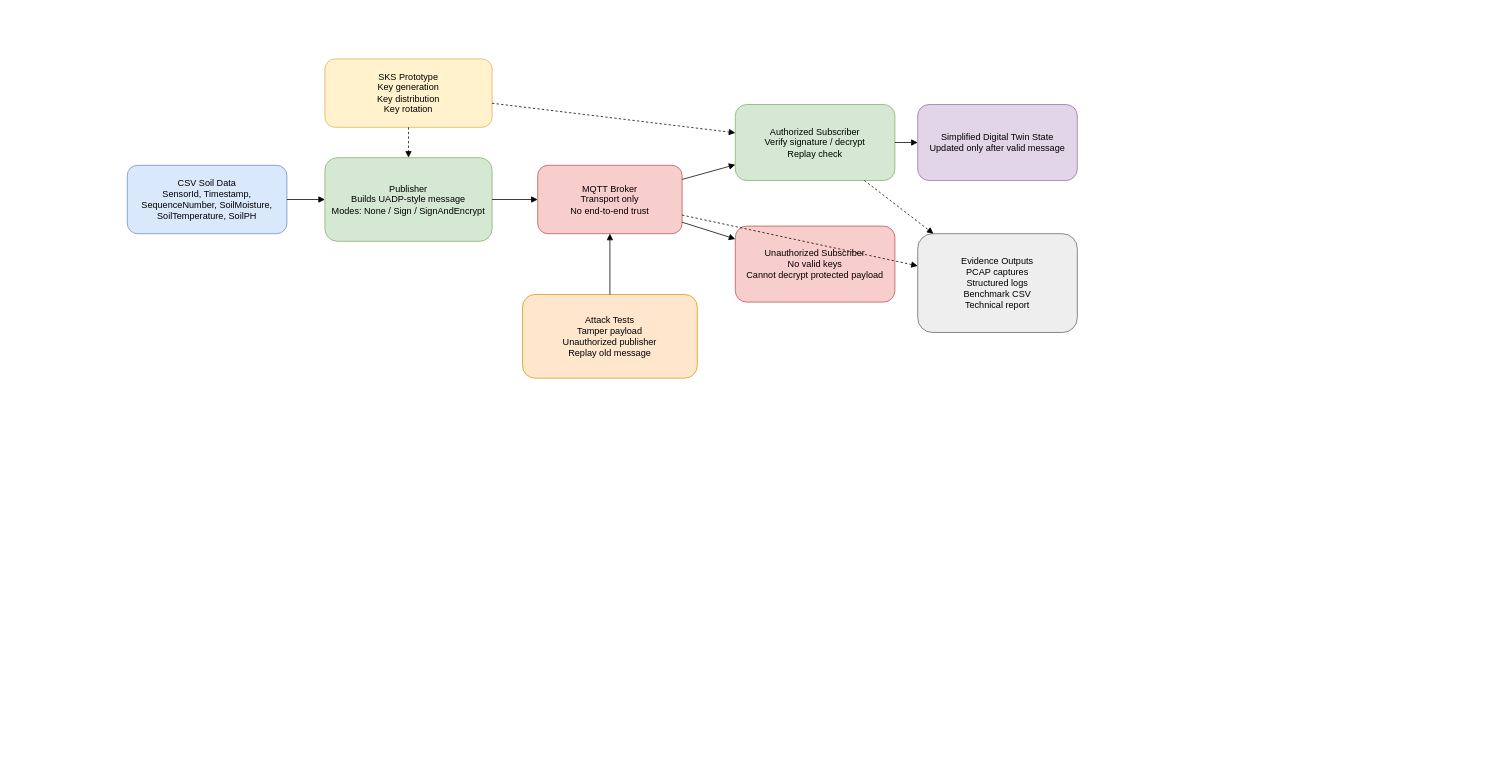
This is docs/architecture.drawio from Khalid681/agrodt-pubsub-security2, a draw.io file, before an edit. Source tidied: cells renumbered, new cells numbered last; positions are measured from the earlier drawing's top-left corner, leaving out a move shared by most shapes. Both pictures are drawn from the tidied source at 76%, with x=0, y=0 at pixel (127, 59).
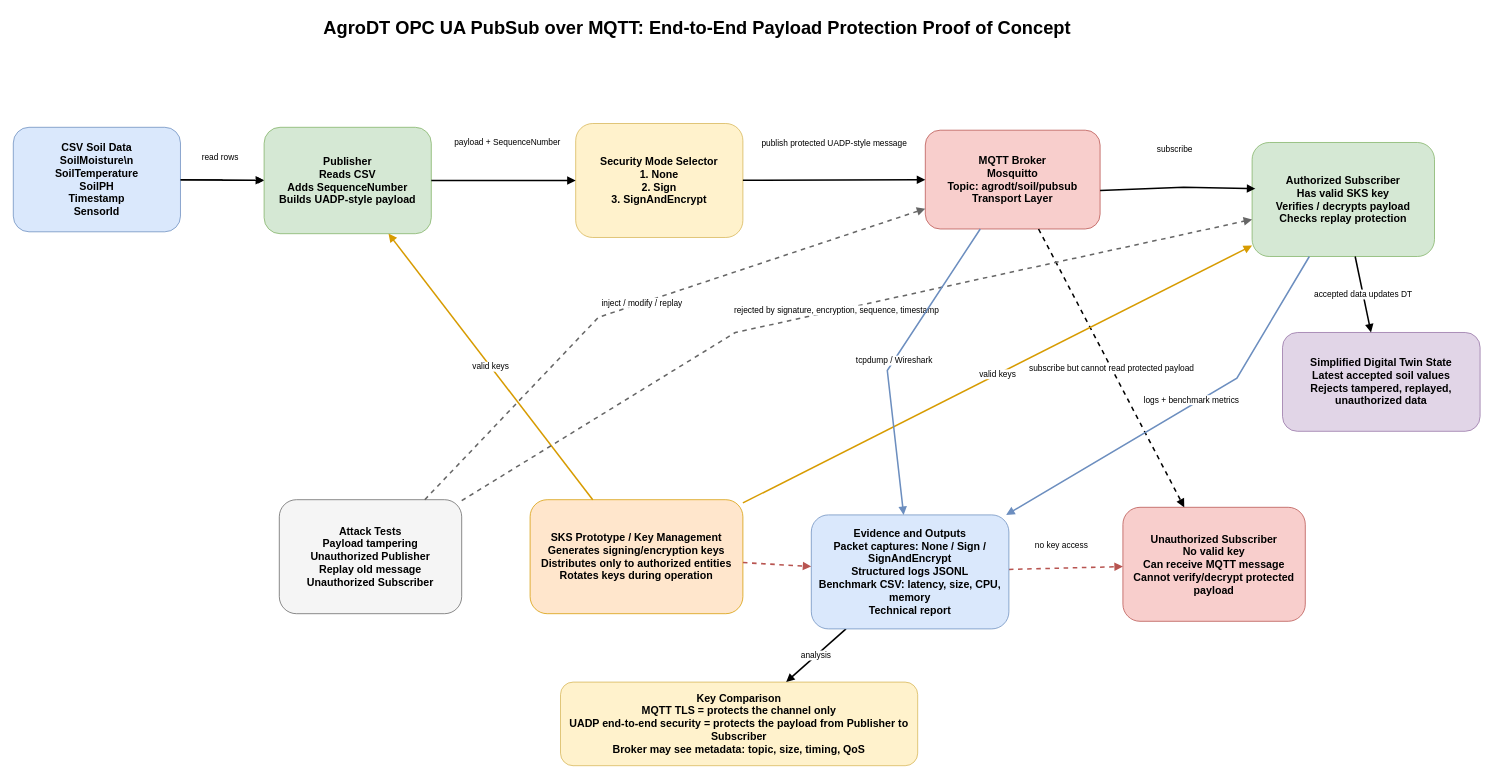
Above is the later version.

Commit message:
Update architecture diagram

Diff of the diagram source:
```diff
@@
+    <mxCell id="21" value="AgroDT OPC UA PubSub over MQTT: End-to-End Payload Protection Proof of Concept" style="text;html=1;fontSize=24;fontStyle=1;strokeColor=none;fillColor=none;align=center;verticalAlign=middle;whiteSpace=wrap;rounded=0;" parent="1" vertex="1">
+      <mxGeometry x="130" y="-60" width="1240" height="40" as="geometry" />
+    </mxCell>
+    <mxCell id="22" style="edgeStyle=orthogonalEdgeStyle;rounded=0;jettySize=auto;html=1;" parent="1" edge="1" source="2" target="23">
+      <mxGeometry relative="1" as="geometry" />
+    </mxCell>
-    <mxCell id="2" value="CSV Soil Data&#10;SensorId, Timestamp, SequenceNumber, SoilMoisture, SoilTemperature, SoilPH" style="rounded=1;whiteSpace=wrap;html=1;fillColor=#dae8fc;strokeColor=#6c8ebf;" parent="1" vertex="1">
-      <mxGeometry y="140" width="210" height="90" as="geometry" />
+    <mxCell id="2" value="CSV Soil Data&lt;br&gt;SoilMoisture\n&lt;br&gt;SoilTemperature&lt;br&gt;SoilPH&lt;br&gt;Timestamp&lt;br&gt;SensorId" style="rounded=1;whiteSpace=wrap;html=1;fillColor=#dae8fc;strokeColor=#6c8ebf;fontSize=14;fontStyle=1;" parent="1" vertex="1">
+      <mxGeometry x="-150" y="90" width="220" height="137.5" as="geometry" />
     </mxCell>
-    <mxCell id="3" value="Publisher&#10;Builds UADP-style message&#10;Modes: None / Sign / SignAndEncrypt" style="rounded=1;whiteSpace=wrap;html=1;fillColor=#d5e8d4;strokeColor=#82b366;" parent="1" vertex="1">
-      <mxGeometry x="260" y="130" width="220" height="110" as="geometry" />
-    </mxCell>
+    <mxCell id="23" value="Publisher&lt;br&gt;Reads CSV&lt;br&gt;Adds SequenceNumber&lt;br&gt;Builds UADP-style payload" style="rounded=1;whiteSpace=wrap;html=1;fillColor=#d5e8d4;strokeColor=#82b366;fontSize=14;fontStyle=1;" parent="1" vertex="1">
+      <mxGeometry x="180" y="90" width="220" height="140" as="geometry" />
+    </mxCell>
+    <mxCell id="24" value="Security Mode Selector&lt;br&gt;1. None&lt;br&gt;2. Sign&lt;br&gt;3. SignAndEncrypt" style="rounded=1;whiteSpace=wrap;html=1;fillColor=#fff2cc;strokeColor=#d6b656;fontSize=14;fontStyle=1;" parent="1" vertex="1">
+      <mxGeometry x="590" y="85" width="220" height="150" as="geometry" />
+    </mxCell>
+    <mxCell id="25" value="MQTT Broker&lt;br&gt;Mosquitto&lt;br&gt;Topic: agrodt/soil/pubsub&lt;br&gt;Transport Layer" style="rounded=1;whiteSpace=wrap;html=1;fillColor=#f8cecc;strokeColor=#b85450;fontSize=14;fontStyle=1;" parent="1" vertex="1">
+      <mxGeometry x="1050" y="93.8" width="230" height="130" as="geometry" />
+    </mxCell>
+    <mxCell id="26" value="Authorized Subscriber&lt;br&gt;Has valid SKS key&lt;br&gt;Verifies / decrypts payload&lt;br&gt;Checks replay protection" style="rounded=1;whiteSpace=wrap;html=1;fillColor=#d5e8d4;strokeColor=#82b366;fontSize=14;fontStyle=1;" parent="1" vertex="1">
+      <mxGeometry x="1480" y="110" width="240" height="150" as="geometry" />
+    </mxCell>
+    <mxCell id="27" value="Unauthorized Subscriber&lt;br&gt;No valid key&lt;br&gt;Can receive MQTT message&lt;br&gt;Cannot verify/decrypt protected payload" style="rounded=1;whiteSpace=wrap;html=1;fillColor=#f8cecc;strokeColor=#b85450;fontSize=14;fontStyle=1;" parent="1" vertex="1">
+      <mxGeometry x="1310" y="590" width="240" height="150" as="geometry" />
+    </mxCell>
+    <mxCell id="8" value="Simplified Digital Twin State&lt;br&gt;Latest accepted soil values&lt;br&gt;Rejects tampered, replayed, unauthorized data" style="rounded=1;whiteSpace=wrap;html=1;fillColor=#e1d5e7;strokeColor=#9673a6;fontSize=14;fontStyle=1;" parent="1" vertex="1">
+      <mxGeometry x="1520" y="360" width="260" height="130" as="geometry" />
+    </mxCell>
-    <mxCell id="4" value="SKS Prototype&#10;Key generation&#10;Key distribution&#10;Key rotation" style="rounded=1;whiteSpace=wrap;html=1;fillColor=#fff2cc;strokeColor=#d6b656;" parent="1" vertex="1">
-      <mxGeometry x="260" width="220" height="90" as="geometry" />
+    <mxCell id="4" value="SKS Prototype / Key Management&lt;br&gt;Generates signing/encryption keys&lt;br&gt;Distributes only to authorized entities&lt;br&gt;Rotates keys during operation" style="rounded=1;whiteSpace=wrap;html=1;fillColor=#ffe6cc;strokeColor=#d79b00;fontSize=14;fontStyle=1;" parent="1" vertex="1">
+      <mxGeometry x="530" y="580" width="280" height="150" as="geometry" />
     </mxCell>
-    <mxCell id="5" value="MQTT Broker&#10;Transport only&#10;No end-to-end trust" style="rounded=1;whiteSpace=wrap;html=1;fillColor=#f8cecc;strokeColor=#b85450;" parent="1" vertex="1">
-      <mxGeometry x="540" y="140" width="190" height="90" as="geometry" />
-    </mxCell>
-    <mxCell id="6" value="Authorized Subscriber&#10;Verify signature / decrypt&#10;Replay check" style="rounded=1;whiteSpace=wrap;html=1;fillColor=#d5e8d4;strokeColor=#82b366;" parent="1" vertex="1">
-      <mxGeometry x="800" y="60" width="210" height="100" as="geometry" />
-    </mxCell>
-    <mxCell id="7" value="Unauthorized Subscriber&#10;No valid keys&#10;Cannot decrypt protected payload" style="rounded=1;whiteSpace=wrap;html=1;fillColor=#f8cecc;strokeColor=#b85450;" parent="1" vertex="1">
-      <mxGeometry x="800" y="220" width="210" height="100" as="geometry" />
-    </mxCell>
-    <mxCell id="8" value="Simplified Digital Twin State&#10;Updated only after valid message" style="rounded=1;whiteSpace=wrap;html=1;fillColor=#e1d5e7;strokeColor=#9673a6;" parent="1" vertex="1">
-      <mxGeometry x="1040" y="60" width="210" height="100" as="geometry" />
-    </mxCell>
-    <mxCell id="9" value="Attack Tests&#10;Tamper payload&#10;Unauthorized publisher&#10;Replay old message" style="rounded=1;whiteSpace=wrap;html=1;fillColor=#ffe6cc;strokeColor=#d79b00;" parent="1" vertex="1">
-      <mxGeometry x="520" y="310" width="230" height="110" as="geometry" />
+    <mxCell id="9" value="Attack Tests&lt;br&gt;Payload tampering&lt;br&gt;Unauthorized Publisher&lt;br&gt;Replay old message&lt;br&gt;Unauthorized Subscriber" style="rounded=1;whiteSpace=wrap;html=1;fillColor=#f5f5f5;strokeColor=#666666;fontSize=14;fontStyle=1;" parent="1" vertex="1">
+      <mxGeometry x="200" y="580" width="240" height="150" as="geometry" />
     </mxCell>
-    <mxCell id="10" value="Evidence Outputs&#10;PCAP captures&#10;Structured logs&#10;Benchmark CSV&#10;Technical report" style="rounded=1;whiteSpace=wrap;html=1;fillColor=#eeeeee;strokeColor=#666666;" parent="1" vertex="1">
-      <mxGeometry x="1040" y="230" width="210" height="130" as="geometry" />
-    </mxCell>
+    <mxCell id="28" value="Key Comparison&lt;br&gt;MQTT TLS = protects the channel only&lt;br&gt;UADP end-to-end security = protects the payload from Publisher to Subscriber&lt;br&gt;Broker may see metadata: topic, size, timing, QoS" style="rounded=1;whiteSpace=wrap;html=1;fillColor=#fff2cc;strokeColor=#d6b656;fontSize=14;fontStyle=1;" parent="1" vertex="1">
+      <mxGeometry x="570" y="820" width="470" height="110" as="geometry" />
+    </mxCell>
-    <mxCell id="11" style="endArrow=block;html=1;" parent="1" edge="1" source="2" target="3">
-      <mxGeometry relative="1" as="geometry" />
+    <mxCell id="11" value="read rows" style="endArrow=block;html=1;rounded=0;strokeWidth=2;" parent="1" edge="1" source="2" target="23">
+      <mxGeometry x="-0.05" y="29" relative="1" as="geometry" />
     </mxCell>
-    <mxCell id="12" style="endArrow=block;html=1;" parent="1" edge="1" source="3" target="5">
-      <mxGeometry relative="1" as="geometry" />
+    <mxCell id="12" value="payload + SequenceNumber" style="endArrow=block;html=1;rounded=0;strokeWidth=2;" parent="1" edge="1" source="23" target="24">
+      <mxGeometry x="0.05" y="50" relative="1" as="geometry" />
     </mxCell>
-    <mxCell id="13" style="endArrow=block;html=1;" parent="1" edge="1" source="5" target="6">
-      <mxGeometry relative="1" as="geometry" />
+    <mxCell id="13" value="publish protected UADP-style message" style="endArrow=block;html=1;rounded=0;strokeWidth=2;" parent="1" edge="1" source="24" target="25">
+      <mxGeometry y="48" relative="1" as="geometry" />
     </mxCell>
-    <mxCell id="14" style="endArrow=block;html=1;" parent="1" edge="1" source="5" target="7">
-      <mxGeometry relative="1" as="geometry" />
+    <mxCell id="14" value="subscribe" style="endArrow=block;html=1;rounded=0;strokeWidth=2;entryX=0.018;entryY=0.378;entryDx=0;entryDy=0;entryPerimeter=0;" parent="1" edge="1">
+      <mxGeometry x="-0.02" y="50" relative="1" as="geometry">
+        <mxPoint x="1280" y="173.3" as="sourcePoint" />
+        <mxPoint x="1484.3" y="170.7" as="targetPoint" />
+        <Array as="points">
+          <mxPoint x="1390" y="169" />
+        </Array>
+      </mxGeometry>
     </mxCell>
-    <mxCell id="15" style="endArrow=block;html=1;" parent="1" edge="1" source="6" target="8">
+    <mxCell id="15" value="subscribe but cannot read protected payload" style="endArrow=block;html=1;rounded=0;strokeWidth=2;dashed=1;" parent="1" edge="1" source="25" target="27">
       <mxGeometry relative="1" as="geometry" />
     </mxCell>
-    <mxCell id="16" style="endArrow=block;html=1;dashed=1;" parent="1" edge="1" source="4" target="3">
+    <mxCell id="16" value="accepted data updates DT" style="endArrow=block;html=1;rounded=0;strokeWidth=2;" parent="1" edge="1" source="26" target="8">
       <mxGeometry relative="1" as="geometry" />
     </mxCell>
-    <mxCell id="17" style="endArrow=block;html=1;dashed=1;" parent="1" edge="1" source="4" target="6">
+    <mxCell id="17" value="valid keys" style="endArrow=block;html=1;rounded=0;strokeWidth=2;strokeColor=#d79b00;" parent="1" edge="1" source="4" target="23">
       <mxGeometry relative="1" as="geometry" />
     </mxCell>
-    <mxCell id="18" style="endArrow=block;html=1;" parent="1" edge="1" source="9" target="5">
+    <mxCell id="18" value="valid keys" style="endArrow=block;html=1;rounded=0;strokeWidth=2;strokeColor=#d79b00;" parent="1" edge="1" source="4" target="26">
       <mxGeometry relative="1" as="geometry" />
     </mxCell>
-    <mxCell id="19" style="endArrow=block;html=1;dashed=1;" parent="1" edge="1" source="6" target="10">
-      <mxGeometry relative="1" as="geometry" />
+    <mxCell id="19" value="no key access" style="endArrow=block;html=1;rounded=0;strokeWidth=2;strokeColor=#b85450;dashed=1;" parent="1" edge="1" source="34" target="27">
+      <mxGeometry x="-0.06" y="30" relative="1" as="geometry">
+        <mxPoint x="-1" as="offset" />
+      </mxGeometry>
     </mxCell>
-    <mxCell id="20" style="endArrow=block;html=1;dashed=1;" parent="1" edge="1" source="5" target="10">
-      <mxGeometry relative="1" as="geometry" />
+    <mxCell id="20" value="inject / modify / replay" style="endArrow=block;html=1;rounded=0;strokeWidth=2;strokeColor=#666666;dashed=1;" parent="1" edge="1" source="9" target="25">
+      <mxGeometry relative="1" as="geometry">
+        <Array as="points">
+          <mxPoint x="620" y="340" />
+        </Array>
+      </mxGeometry>
     </mxCell>
+    <mxCell id="29" value="rejected by signature, encryption, sequence, timestamp" style="endArrow=block;html=1;rounded=0;strokeWidth=2;strokeColor=#666666;dashed=1;" parent="1" edge="1" source="9" target="26">
+      <mxGeometry relative="1" as="geometry">
+        <Array as="points">
+          <mxPoint x="800" y="360" />
+        </Array>
+      </mxGeometry>
+    </mxCell>
+    <mxCell id="30" value="tcpdump / Wireshark" style="endArrow=block;html=1;rounded=0;strokeWidth=2;strokeColor=#6c8ebf;" parent="1" edge="1" source="25" target="34">
+      <mxGeometry relative="1" as="geometry">
+        <Array as="points">
+          <mxPoint x="1000" y="410" />
+        </Array>
+      </mxGeometry>
+    </mxCell>
+    <mxCell id="31" value="logs + benchmark metrics" style="endArrow=block;html=1;rounded=0;strokeWidth=2;strokeColor=#6c8ebf;" parent="1" edge="1" source="26" target="34">
+      <mxGeometry x="-0.06" y="-6" relative="1" as="geometry">
+        <Array as="points">
+          <mxPoint x="1460" y="420" />
+        </Array>
+      </mxGeometry>
+    </mxCell>
+    <mxCell id="32" value="analysis" style="endArrow=block;html=1;rounded=0;strokeWidth=2;" parent="1" edge="1" source="34" target="28">
+      <mxGeometry relative="1" as="geometry" />
+    </mxCell>
+    <mxCell id="33" style="endArrow=block;html=1;rounded=0;strokeWidth=2;strokeColor=#b85450;dashed=1;" parent="1" edge="1" source="4" target="34">
+      <mxGeometry relative="1" as="geometry" />
+    </mxCell>
+    <mxCell id="34" value="Evidence and Outputs&lt;br&gt;Packet captures: None / Sign / SignAndEncrypt&lt;br&gt;Structured logs JSONL&lt;br&gt;Benchmark CSV: latency, size, CPU, memory&lt;br&gt;Technical report" style="rounded=1;whiteSpace=wrap;html=1;fillColor=#dae8fc;strokeColor=#6c8ebf;fontSize=14;fontStyle=1;" parent="1" vertex="1">
+      <mxGeometry x="900" y="600" width="260" height="150" as="geometry" />
+    </mxCell>
```
